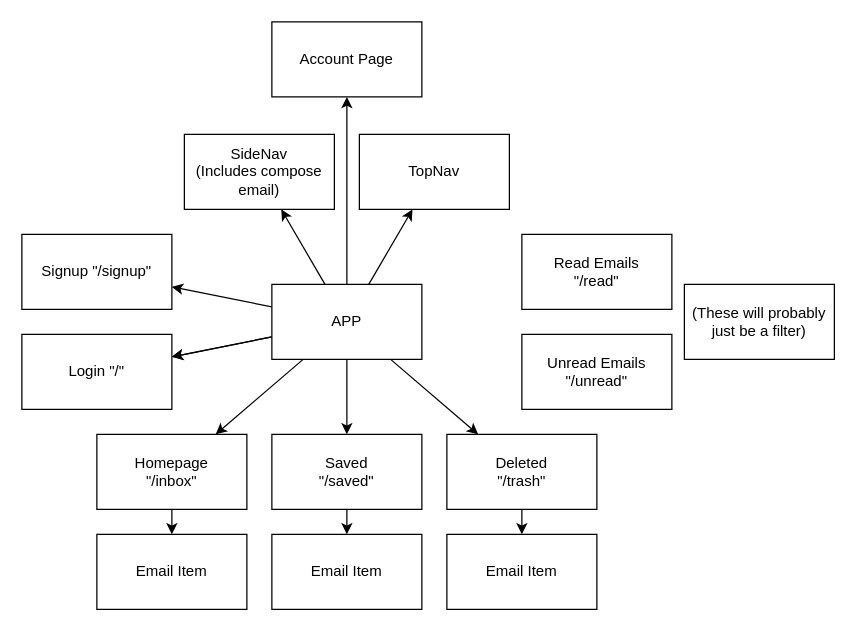
The draw.io diagram component_hierarchy.drawio in Hsabes/H-Mail, before the edit. Source tidied: cells renumbered, new cells numbered last; positions are measured from the earlier drawing's top-left corner, leaving out a move shared by most shapes. Both pictures are drawn from the tidied source at 125%, with x=0, y=0 at pixel (21, 21).
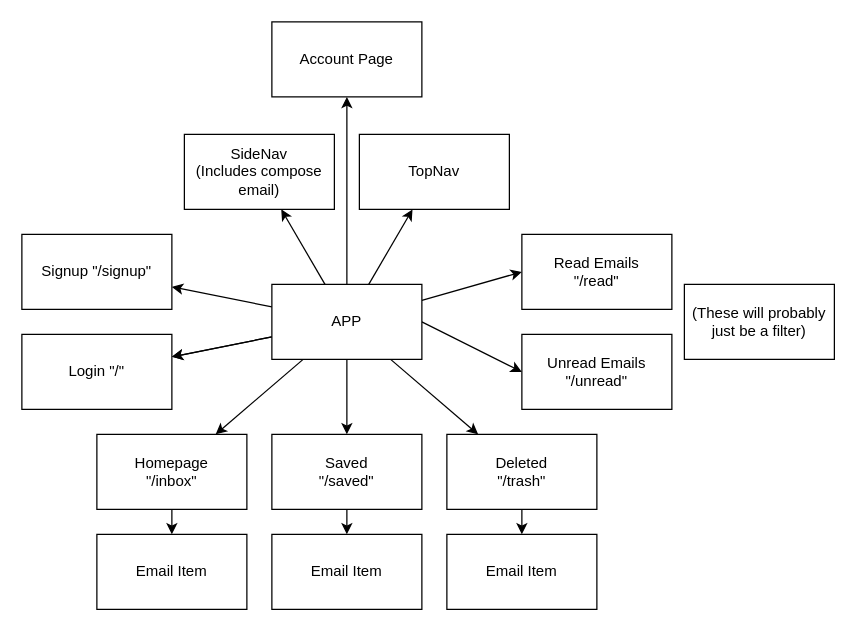
Above is the later version.

Unchanged cells that the change refers to:
```xml
<mxCell id="10" value="APP" style="rounded=0;whiteSpace=wrap;html=1;" parent="1" vertex="1">
  <mxGeometry x="200" y="210" width="120" height="60" as="geometry" />
</mxCell>
<mxCell id="24" value="Unread Emails&lt;br&gt;&quot;/unread&quot;" style="whiteSpace=wrap;html=1;rounded=0;" parent="1" vertex="1">
  <mxGeometry x="400" y="250" width="120" height="60" as="geometry" />
</mxCell>
<mxCell id="25" value="Read Emails&lt;br&gt;&quot;/read&quot;" style="whiteSpace=wrap;html=1;rounded=0;" parent="1" vertex="1">
  <mxGeometry x="400" y="170" width="120" height="60" as="geometry" />
</mxCell>
```

Change to the diagram source:
```diff
@@
+    <mxCell id="29" style="edgeStyle=none;html=1;entryX=0;entryY=0.5;entryDx=0;entryDy=0;" parent="1" edge="1" source="10" target="25">
+      <mxGeometry relative="1" as="geometry" />
+    </mxCell>
+    <mxCell id="30" style="edgeStyle=none;html=1;exitX=1;exitY=0.5;exitDx=0;exitDy=0;entryX=0;entryY=0.5;entryDx=0;entryDy=0;" parent="1" edge="1" source="10" target="24">
+      <mxGeometry relative="1" as="geometry" />
+    </mxCell>
```
